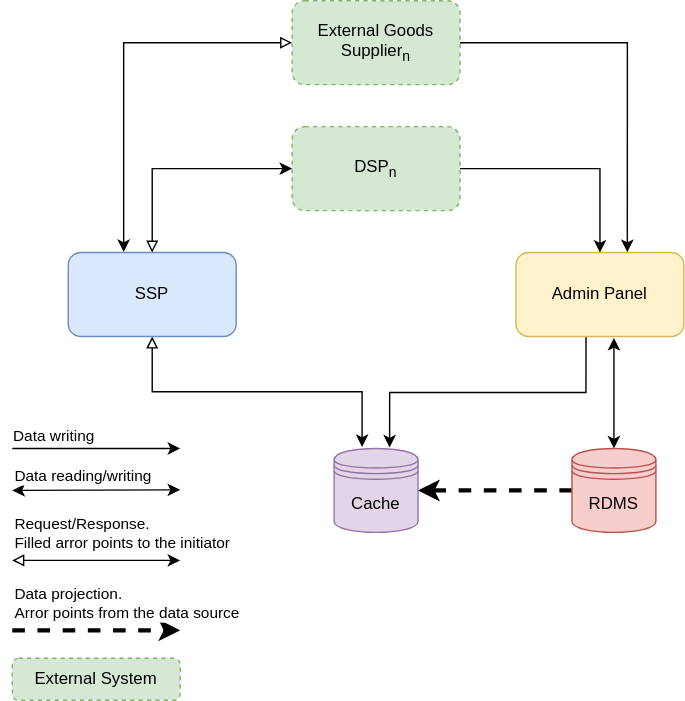
Above: general-architecture.svg in eutkin/diagrams (draw.io), before the change. Source tidied: cells renumbered, new cells last; positions are measured from the earlier drawing's top-left corner, leaving out a move shared by most shapes.
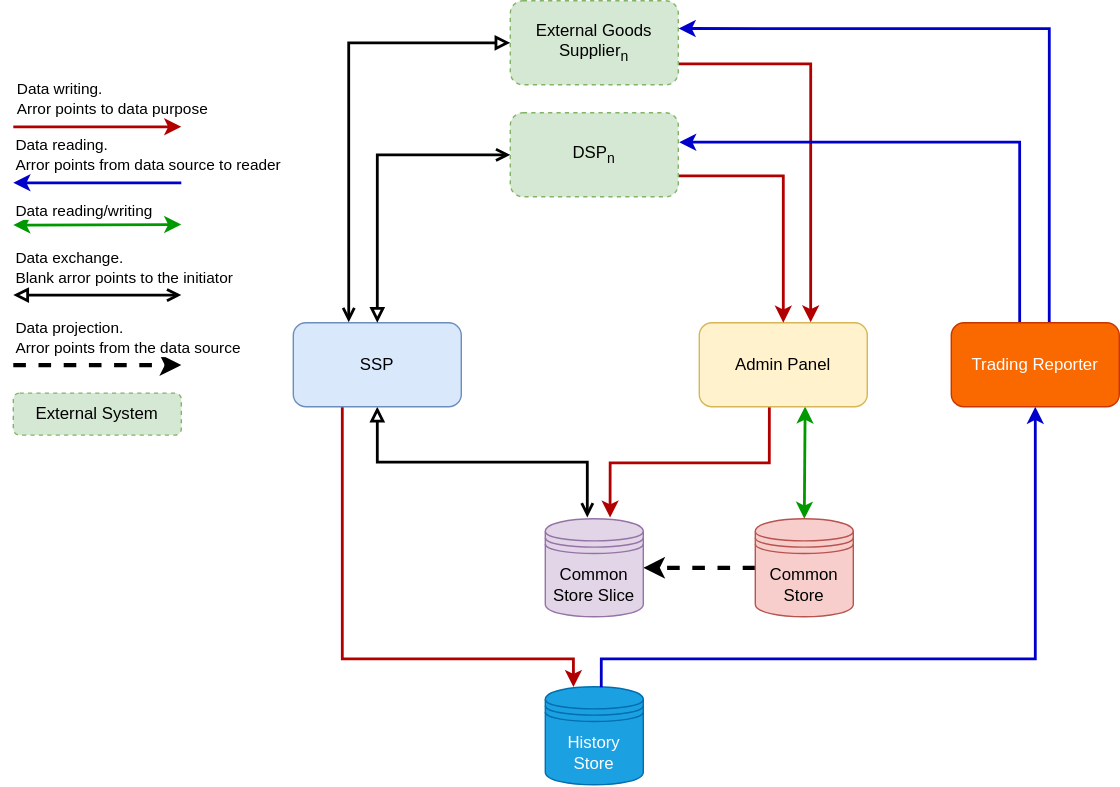
Later version of the same file.

What changed in the source:
```diff
@@ -2,78 +2,91 @@
   <root>
     <mxCell id="0" />
     <mxCell id="1" parent="0" />
-    <mxCell id="2" style="edgeStyle=orthogonalEdgeStyle;rounded=0;jettySize=auto;html=1;startArrow=block;startFill=0;exitX=0.5;exitY=1;exitDx=0;exitDy=0;endArrow=classic;endFill=1;" parent="1" edge="1" source="3">
+    <mxCell id="2" style="edgeStyle=orthogonalEdgeStyle;rounded=0;jettySize=auto;html=1;startArrow=block;startFill=0;exitX=0.5;exitY=1;exitDx=0;exitDy=0;endArrow=open;endFill=0;fillColor=#fa6800;strokeWidth=2;" parent="1" edge="1" source="3">
       <mxGeometry relative="1" as="geometry">
-        <mxPoint x="250" y="319" as="targetPoint" />
+        <mxPoint x="350" y="319" as="targetPoint" />
       </mxGeometry>
     </mxCell>
+    <mxCell id="25" style="rounded=0;jettySize=auto;html=1;edgeStyle=orthogonalEdgeStyle;entryX=0.287;entryY=0.003;entryDx=0;entryDy=0;entryPerimeter=0;fillColor=#e51400;strokeColor=#B20000;strokeWidth=2;" parent="1" edge="1" target="30">
+      <mxGeometry relative="1" as="geometry">
+        <mxPoint x="175" y="240" as="sourcePoint" />
+        <Array as="points">
+          <mxPoint x="175" y="420" />
+          <mxPoint x="340" y="420" />
+        </Array>
+      </mxGeometry>
+    </mxCell>
     <mxCell id="3" value="SSP" style="rounded=1;whiteSpace=wrap;html=1;fillColor=#dae8fc;strokeColor=#6c8ebf;" parent="1" vertex="1">
-      <mxGeometry x="40" y="180" width="120" height="60" as="geometry" />
+      <mxGeometry x="140" y="180" width="120" height="60" as="geometry" />
     </mxCell>
-    <mxCell id="4" style="edgeStyle=orthogonalEdgeStyle;rounded=0;jettySize=auto;html=1;entryX=0.5;entryY=0;entryDx=0;entryDy=0;startArrow=classic;startFill=1;" parent="1" edge="1" target="8">
-      <mxGeometry relative="1" as="geometry">
-        <mxPoint x="430" y="241" as="sourcePoint" />
-      </mxGeometry>
+    <mxCell id="4" style="rounded=0;jettySize=auto;html=1;entryX=0.5;entryY=0;entryDx=0;entryDy=0;startArrow=classic;startFill=1;exitX=0.63;exitY=0.995;exitDx=0;exitDy=0;exitPerimeter=0;strokeWidth=2;fillColor=#6d8764;strokeColor=#009900;" parent="1" edge="1" source="6" target="8">
+      <mxGeometry relative="1" as="geometry" />
     </mxCell>
-    <mxCell id="5" style="edgeStyle=orthogonalEdgeStyle;rounded=0;jettySize=auto;html=1;entryX=0.661;entryY=-0.012;entryDx=0;entryDy=0;startArrow=none;startFill=0;exitX=0.417;exitY=1;exitDx=0;exitDy=0;entryPerimeter=0;exitPerimeter=0;endArrow=classic;endFill=1;" parent="1" edge="1" source="6" target="9">
+    <mxCell id="5" style="edgeStyle=orthogonalEdgeStyle;rounded=0;jettySize=auto;html=1;entryX=0.661;entryY=-0.012;entryDx=0;entryDy=0;startArrow=none;startFill=0;exitX=0.417;exitY=1;exitDx=0;exitDy=0;entryPerimeter=0;exitPerimeter=0;endArrow=classic;endFill=1;strokeColor=#B20000;fillColor=#e51400;strokeWidth=2;" parent="1" edge="1" source="6" target="9">
       <mxGeometry relative="1" as="geometry" />
     </mxCell>
     <mxCell id="6" value="Admin Panel" style="rounded=1;whiteSpace=wrap;html=1;fillColor=#fff2cc;strokeColor=#d6b656;" parent="1" vertex="1">
-      <mxGeometry x="360" y="180" width="120" height="60" as="geometry" />
+      <mxGeometry x="430" y="180" width="120" height="60" as="geometry" />
     </mxCell>
     <mxCell id="7" style="edgeStyle=orthogonalEdgeStyle;rounded=0;jettySize=auto;html=1;entryX=1;entryY=0.5;entryDx=0;entryDy=0;startArrow=none;startFill=0;endArrow=classic;endFill=1;dashed=1;strokeWidth=3;" parent="1" edge="1" source="8" target="9">
       <mxGeometry relative="1" as="geometry" />
     </mxCell>
-    <mxCell id="8" value="RDMS" style="shape=datastore;whiteSpace=wrap;html=1;fillColor=#f8cecc;strokeColor=#b85450;" parent="1" vertex="1">
-      <mxGeometry x="400" y="320" width="60" height="60" as="geometry" />
+    <mxCell id="8" value="Common Store" style="shape=datastore;whiteSpace=wrap;html=1;fillColor=#f8cecc;strokeColor=#b85450;" parent="1" vertex="1">
+      <mxGeometry x="470" y="320" width="70" height="70" as="geometry" />
     </mxCell>
-    <mxCell id="9" value="Cache" style="shape=datastore;whiteSpace=wrap;html=1;fillColor=#e1d5e7;strokeColor=#9673a6;" parent="1" vertex="1">
-      <mxGeometry x="230" y="320" width="60" height="60" as="geometry" />
+    <mxCell id="9" value="Common Store Slice" style="shape=datastore;whiteSpace=wrap;html=1;fillColor=#e1d5e7;strokeColor=#9673a6;" parent="1" vertex="1">
+      <mxGeometry x="320" y="320" width="70" height="70" as="geometry" />
     </mxCell>
-    <mxCell id="10" style="edgeStyle=orthogonalEdgeStyle;rounded=0;jettySize=auto;html=1;entryX=0.5;entryY=0;entryDx=0;entryDy=0;startArrow=classic;startFill=1;endArrow=block;endFill=0;strokeWidth=1;" parent="1" edge="1" source="12" target="3">
+    <mxCell id="10" style="edgeStyle=orthogonalEdgeStyle;rounded=0;jettySize=auto;html=1;entryX=0.5;entryY=0;entryDx=0;entryDy=0;startArrow=open;startFill=0;endArrow=block;endFill=0;strokeWidth=2;fillColor=#fa6800;" parent="1" edge="1" source="12" target="3">
       <mxGeometry relative="1" as="geometry" />
     </mxCell>
-    <mxCell id="11" style="edgeStyle=orthogonalEdgeStyle;rounded=0;jettySize=auto;html=1;entryX=0.5;entryY=0;entryDx=0;entryDy=0;startArrow=none;startFill=0;endArrow=classic;endFill=1;strokeWidth=1;" parent="1" edge="1" source="12" target="6">
+    <mxCell id="11" style="edgeStyle=orthogonalEdgeStyle;rounded=0;jettySize=auto;html=1;entryX=0.5;entryY=0;entryDx=0;entryDy=0;startArrow=none;startFill=0;endArrow=classic;endFill=1;strokeWidth=2;fillColor=#e51400;strokeColor=#B20000;exitX=1;exitY=0.75;exitDx=0;exitDy=0;" parent="1" edge="1" source="12" target="6">
       <mxGeometry relative="1" as="geometry" />
     </mxCell>
     <mxCell id="12" value="DSP&lt;sub&gt;n&lt;/sub&gt;" style="rounded=1;whiteSpace=wrap;html=1;dashed=1;fillColor=#d5e8d4;strokeColor=#82b366;" parent="1" vertex="1">
-      <mxGeometry x="200" y="90" width="120" height="60" as="geometry" />
+      <mxGeometry x="295" y="30" width="120" height="60" as="geometry" />
     </mxCell>
-    <mxCell id="13" style="edgeStyle=orthogonalEdgeStyle;rounded=0;jettySize=auto;html=1;startArrow=block;startFill=0;endArrow=classic;endFill=1;strokeWidth=1;entryX=0.33;entryY=-0.007;entryDx=0;entryDy=0;entryPerimeter=0;" parent="1" edge="1" source="15" target="3">
+    <mxCell id="13" style="edgeStyle=orthogonalEdgeStyle;rounded=0;jettySize=auto;html=1;startArrow=block;startFill=0;endArrow=open;endFill=0;strokeWidth=2;entryX=0.33;entryY=-0.007;entryDx=0;entryDy=0;entryPerimeter=0;fillColor=#fa6800;" parent="1" edge="1" source="15" target="3">
       <mxGeometry relative="1" as="geometry" />
     </mxCell>
-    <mxCell id="14" style="edgeStyle=orthogonalEdgeStyle;rounded=0;jettySize=auto;html=1;entryX=0.663;entryY=-0.005;entryDx=0;entryDy=0;entryPerimeter=0;startArrow=none;startFill=0;endArrow=classic;endFill=1;strokeWidth=1;" parent="1" edge="1" source="15" target="6">
+    <mxCell id="14" style="edgeStyle=orthogonalEdgeStyle;rounded=0;jettySize=auto;html=1;entryX=0.663;entryY=-0.005;entryDx=0;entryDy=0;entryPerimeter=0;startArrow=none;startFill=0;endArrow=classic;endFill=1;strokeWidth=2;fillColor=#e51400;strokeColor=#B20000;exitX=1;exitY=0.75;exitDx=0;exitDy=0;" parent="1" edge="1" source="15" target="6">
       <mxGeometry relative="1" as="geometry" />
     </mxCell>
+    <mxCell id="26" style="edgeStyle=orthogonalEdgeStyle;rounded=0;jettySize=auto;html=1;entryX=0.583;entryY=0;entryDx=0;entryDy=0;entryPerimeter=0;startArrow=classic;startFill=1;endArrow=none;endFill=0;strokeColor=#0000CC;strokeWidth=2;exitX=1.002;exitY=0.33;exitDx=0;exitDy=0;exitPerimeter=0;" parent="1" edge="1" source="15" target="33">
+      <mxGeometry relative="1" as="geometry" />
+    </mxCell>
     <mxCell id="15" value="External Goods Supplier&lt;sub&gt;n&lt;/sub&gt;" style="rounded=1;whiteSpace=wrap;html=1;dashed=1;fillColor=#d5e8d4;strokeColor=#82b366;" parent="1" vertex="1">
-      <mxGeometry x="200" width="120" height="60" as="geometry" />
+      <mxGeometry x="295" y="-50" width="120" height="60" as="geometry" />
     </mxCell>
+    <mxCell id="27" style="group;" parent="1" vertex="1">
+      <mxGeometry x="-60" y="40" width="120" height="180" as="geometry" />
+    </mxCell>
-    <mxCell id="16" style="endArrow=classic;html=1;strokeWidth=1;" parent="1" edge="1">
+    <mxCell id="16" style="endArrow=classic;html=1;strokeWidth=2;fillColor=#e51400;strokeColor=#B20000;" parent="27" edge="1">
       <mxGeometry relative="1" as="geometry">
-        <mxPoint y="320" as="sourcePoint" />
-        <mxPoint x="120" y="320" as="targetPoint" />
+        <mxPoint as="sourcePoint" />
+        <mxPoint x="120" as="targetPoint" />
       </mxGeometry>
     </mxCell>
-    <mxCell id="17" value="Data writing" style="edgeLabel;html=1;align=left;verticalAlign=middle;" parent="16" vertex="1">
+    <mxCell id="17" value="Data writing.&lt;br&gt;Arror points to data purpose" style="edgeLabel;html=1;align=left;verticalAlign=middle;" parent="16" vertex="1">
       <mxGeometry x="-0.49" y="-4" relative="1" as="geometry">
-        <mxPoint x="-30.8" y="-14" as="offset" />
+        <mxPoint x="-30" y="-24" as="offset" />
       </mxGeometry>
     </mxCell>
-    <mxCell id="18" style="endArrow=classic;html=1;strokeWidth=1;endFill=1;startArrow=block;startFill=0;" parent="1" edge="1">
+    <mxCell id="18" style="endArrow=open;html=1;strokeWidth=2;endFill=0;startArrow=block;startFill=0;fillColor=#dae8fc;gradientColor=#7ea6e0;" parent="27" edge="1">
       <mxGeometry relative="1" as="geometry">
-        <mxPoint y="400" as="sourcePoint" />
-        <mxPoint x="120" y="400" as="targetPoint" />
+        <mxPoint y="120.2" as="sourcePoint" />
+        <mxPoint x="120" y="120.2" as="targetPoint" />
       </mxGeometry>
     </mxCell>
-    <mxCell id="19" value="Request/Response.&amp;nbsp;&lt;br&gt;Filled arror points to the initiator" style="edgeLabel;html=1;align=left;verticalAlign=middle;" parent="18" vertex="1">
+    <mxCell id="19" value="Data exchange.&amp;nbsp;&lt;br&gt;Blank arror points to the initiator" style="edgeLabel;html=1;align=left;verticalAlign=middle;" parent="18" vertex="1">
       <mxGeometry x="0.07" y="1" relative="1" as="geometry">
-        <mxPoint x="-64.2" y="-19" as="offset" />
+        <mxPoint x="-64" y="-19" as="offset" />
       </mxGeometry>
     </mxCell>
-    <mxCell id="20" style="endArrow=classic;startArrow=classic;html=1;strokeWidth=1;" parent="1" edge="1">
+    <mxCell id="20" style="endArrow=classic;startArrow=classic;html=1;strokeWidth=2;strokeColor=#009900;" parent="27" edge="1">
       <mxGeometry relative="1" as="geometry">
-        <mxPoint y="350" as="sourcePoint" />
-        <mxPoint x="120" y="349.6" as="targetPoint" />
+        <mxPoint y="70.2" as="sourcePoint" />
+        <mxPoint x="120" y="69.8" as="targetPoint" />
       </mxGeometry>
     </mxCell>
     <mxCell id="21" value="Data reading/writing" style="edgeLabel;html=1;align=left;verticalAlign=middle;" parent="20" vertex="1">
@@ -81,10 +94,10 @@
         <mxPoint x="-55.8" y="-10" as="offset" />
       </mxGeometry>
     </mxCell>
-    <mxCell id="22" style="endArrow=classic;html=1;strokeWidth=3;dashed=1;" parent="1" edge="1">
+    <mxCell id="22" style="endArrow=classic;html=1;strokeWidth=3;dashed=1;" parent="27" edge="1">
       <mxGeometry relative="1" as="geometry">
-        <mxPoint y="450" as="sourcePoint" />
-        <mxPoint x="120" y="450" as="targetPoint" />
+        <mxPoint y="170.2" as="sourcePoint" />
+        <mxPoint x="120" y="170.2" as="targetPoint" />
       </mxGeometry>
     </mxCell>
     <mxCell id="23" value="Data projection. &lt;br&gt;Arror points from the data source" style="edgeLabel;html=1;align=left;verticalAlign=middle;" parent="22" vertex="1">
@@ -92,8 +105,36 @@
         <mxPoint x="-35.8" y="-15" as="offset" />
       </mxGeometry>
     </mxCell>
-    <mxCell id="24" value="External System" style="rounded=1;whiteSpace=wrap;html=1;dashed=1;fillColor=#d5e8d4;strokeColor=#82b366;" parent="1" vertex="1">
-      <mxGeometry y="470" width="120" height="30" as="geometry" />
+    <mxCell id="24" value="External System" style="rounded=1;whiteSpace=wrap;html=1;dashed=1;fillColor=#d5e8d4;strokeColor=#82b366;" parent="27" vertex="1">
+      <mxGeometry y="190.2" width="120" height="30" as="geometry" />
     </mxCell>
+    <mxCell id="28" style="endArrow=none;html=1;startArrow=classic;startFill=1;endFill=0;fillColor=#0050ef;strokeColor=#0000CC;strokeWidth=2;" parent="27" edge="1">
+      <mxGeometry relative="1" as="geometry">
+        <mxPoint y="40" as="sourcePoint" />
+        <mxPoint x="120" y="40" as="targetPoint" />
+      </mxGeometry>
+    </mxCell>
+    <mxCell id="29" value="Data reading.&amp;nbsp;&lt;br&gt;Arror points from data source to reader" style="edgeLabel;html=1;align=left;verticalAlign=middle;" parent="28" vertex="1">
+      <mxGeometry x="-0.48" y="3" relative="1" as="geometry">
+        <mxPoint x="-30.8" y="-17" as="offset" />
+      </mxGeometry>
+    </mxCell>
+    <mxCell id="30" value="History Store" style="shape=datastore;whiteSpace=wrap;html=1;fillColor=#1ba1e2;strokeColor=#006EAF;fontColor=#ffffff;" parent="1" vertex="1">
+      <mxGeometry x="320" y="440" width="70" height="70" as="geometry" />
+    </mxCell>
+    <mxCell id="31" style="edgeStyle=orthogonalEdgeStyle;rounded=0;jettySize=auto;html=1;entryX=0.571;entryY=0.004;entryDx=0;entryDy=0;entryPerimeter=0;endArrow=none;endFill=0;startArrow=classic;startFill=1;fillColor=#cdeb8b;strokeWidth=2;strokeColor=#0000CC;" parent="1" edge="1" source="33" target="30">
+      <mxGeometry relative="1" as="geometry">
+        <Array as="points">
+          <mxPoint x="670" y="420" />
+          <mxPoint x="360" y="420" />
+        </Array>
+      </mxGeometry>
+    </mxCell>
+    <mxCell id="32" style="rounded=0;jettySize=auto;html=1;startArrow=none;startFill=0;endArrow=classic;endFill=1;strokeWidth=2;entryX=1.005;entryY=0.35;entryDx=0;entryDy=0;entryPerimeter=0;edgeStyle=orthogonalEdgeStyle;exitX=0.407;exitY=0.017;exitDx=0;exitDy=0;strokeColor=#0000CC;exitPerimeter=0;" parent="1" edge="1" source="33" target="12">
+      <mxGeometry relative="1" as="geometry" />
+    </mxCell>
+    <mxCell id="33" value="Trading Reporter" style="rounded=1;whiteSpace=wrap;html=1;fillColor=#fa6800;strokeColor=#C73500;fontColor=#ffffff;" parent="1" vertex="1">
+      <mxGeometry x="610" y="180" width="120" height="60" as="geometry" />
+    </mxCell>
   </root>
 </mxGraphModel>
```
